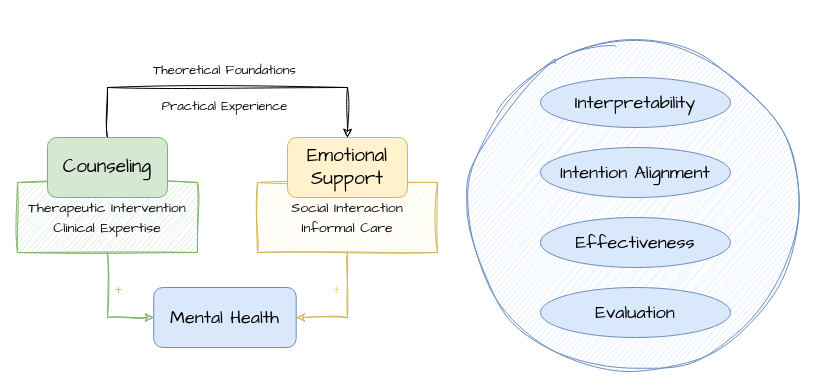
Before: 2025summer.drawio in 43zxj/-, a draw.io diagram. Source tidied: cells renumbered, new cells numbered last; positions are measured from the earlier drawing's top-left corner, leaving out a move shared by most shapes. Both pictures are drawn from the tidied source at 100%, with x=0, y=0 at pixel (17, 17).
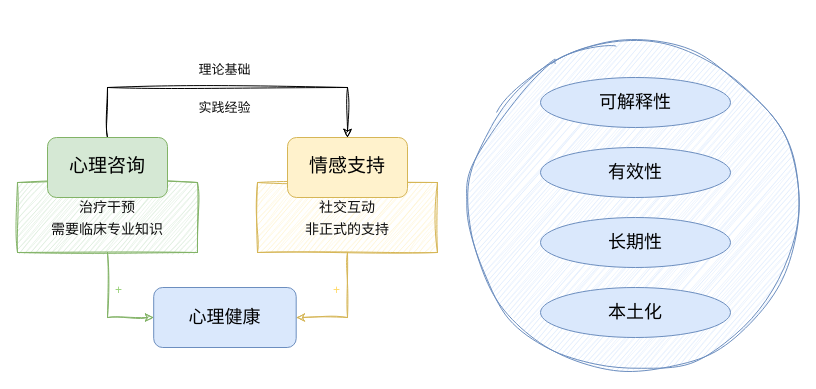
After the change.

The edit, as a diff of the source:
```diff
@@
-    <mxCell id="5" value="&lt;p class=&quot;p1&quot; style=&quot;margin: 0px; font-variant-numeric: normal; font-variant-east-asian: normal; font-variant-alternates: normal; font-size-adjust: none; font-kerning: auto; font-optical-sizing: auto; font-feature-settings: normal; font-variation-settings: normal; font-variant-position: normal; font-stretch: normal; line-height: normal;&quot;&gt;&lt;span style=&quot;background-color: initial;&quot;&gt;&lt;font color=&quot;#0e0e0e&quot; face=&quot;Comic Sans MS&quot;&gt;Social Interaction&lt;/font&gt;&lt;/span&gt;&lt;/p&gt;&lt;p class=&quot;p1&quot; style=&quot;margin: 0px; font-variant-numeric: normal; font-variant-east-asian: normal; font-variant-alternates: normal; font-size-adjust: none; font-kerning: auto; font-optical-sizing: auto; font-feature-settings: normal; font-variation-settings: normal; font-variant-position: normal; font-stretch: normal; line-height: normal;&quot;&gt;&lt;span style=&quot;color: rgb(14, 14, 14); font-family: &amp;quot;Comic Sans MS&amp;quot;; background-color: initial;&quot;&gt;Informal Care&lt;/span&gt;&lt;/p&gt;" style="whiteSpace=wrap;html=1;sketch=1;curveFitting=1;jiggle=2;fillColor=#fff2cc;strokeColor=#d6b656;fontSize=14;align=center;" parent="1" vertex="1">
+    <mxCell id="5" value="&lt;p class=&quot;p1&quot; style=&quot;margin: 0px; font-variant-numeric: normal; font-variant-east-asian: normal; font-variant-alternates: normal; font-size-adjust: none; font-kerning: auto; font-optical-sizing: auto; font-feature-settings: normal; font-variation-settings: normal; font-variant-position: normal; font-stretch: normal; line-height: normal;&quot;&gt;&lt;font face=&quot;Comic Sans MS&quot; color=&quot;#0e0e0e&quot;&gt;社交互动&lt;/font&gt;&lt;/p&gt;&lt;p class=&quot;p1&quot; style=&quot;margin: 0px; font-variant-numeric: normal; font-variant-east-asian: normal; font-variant-alternates: normal; font-size-adjust: none; font-kerning: auto; font-optical-sizing: auto; font-feature-settings: normal; font-variation-settings: normal; font-variant-position: normal; font-stretch: normal; line-height: normal;&quot;&gt;&lt;font face=&quot;Comic Sans MS&quot; color=&quot;#0e0e0e&quot;&gt;非正式的支持&lt;/font&gt;&lt;/p&gt;" style="whiteSpace=wrap;html=1;sketch=1;curveFitting=1;jiggle=2;fillColor=#fff2cc;strokeColor=#d6b656;fontSize=14;align=center;" parent="1" vertex="1">
       <mxGeometry x="240" y="165" width="180" height="70" as="geometry" />
     </mxCell>
@@
-    <mxCell id="7" value="&lt;p style=&quot;margin: 0px; font-variant-numeric: normal; font-variant-east-asian: normal; font-variant-alternates: normal; font-size-adjust: none; font-kerning: auto; font-optical-sizing: auto; font-feature-settings: normal; font-variation-settings: normal; font-variant-position: normal; font-stretch: normal; line-height: normal; color: rgb(14, 14, 14);&quot; class=&quot;p1&quot;&gt;&lt;font face=&quot;Comic Sans MS&quot;&gt;Therapeutic Intervention&lt;/font&gt;&lt;/p&gt;&lt;p style=&quot;margin: 0px; font-variant-numeric: normal; font-variant-east-asian: normal; font-variant-alternates: normal; font-size-adjust: none; font-kerning: auto; font-optical-sizing: auto; font-feature-settings: normal; font-variation-settings: normal; font-variant-position: normal; font-stretch: normal; line-height: normal;&quot; class=&quot;p1&quot;&gt;&lt;font face=&quot;Comic Sans MS&quot;&gt;&lt;font color=&quot;#0e0e0e&quot;&gt;&lt;span&gt;Clinical Expertise&lt;/span&gt;&lt;/font&gt;&lt;/font&gt;&lt;/p&gt;" style="whiteSpace=wrap;html=1;sketch=1;curveFitting=1;jiggle=2;fillColor=#d5e8d4;strokeColor=#82b366;align=center;fontSize=14;" parent="1" vertex="1">
+    <mxCell id="7" value="&lt;p style=&quot;margin: 0px; font-variant-numeric: normal; font-variant-east-asian: normal; font-variant-alternates: normal; font-size-adjust: none; font-kerning: auto; font-optical-sizing: auto; font-feature-settings: normal; font-variation-settings: normal; font-variant-position: normal; font-stretch: normal; line-height: normal; color: rgb(14, 14, 14);&quot; class=&quot;p1&quot;&gt;&lt;font face=&quot;Comic Sans MS&quot;&gt;治疗干预&lt;/font&gt;&lt;/p&gt;&lt;p style=&quot;margin: 0px; font-variant-numeric: normal; font-variant-east-asian: normal; font-variant-alternates: normal; font-size-adjust: none; font-kerning: auto; font-optical-sizing: auto; font-feature-settings: normal; font-variation-settings: normal; font-variant-position: normal; font-stretch: normal; line-height: normal; color: rgb(14, 14, 14);&quot; class=&quot;p1&quot;&gt;&lt;font face=&quot;Comic Sans MS&quot;&gt;需要临床专业知识&lt;/font&gt;&lt;/p&gt;" style="whiteSpace=wrap;html=1;sketch=1;curveFitting=1;jiggle=2;fillColor=#d5e8d4;strokeColor=#82b366;align=center;fontSize=14;" parent="1" vertex="1">
       <mxGeometry y="165" width="180" height="70" as="geometry" />
     </mxCell>
@@
-    <mxCell id="9" value="&lt;font style=&quot;font-size: 19px;&quot; face=&quot;Comic Sans MS&quot;&gt;Counseling&lt;/font&gt;" style="rounded=1;whiteSpace=wrap;html=1;fillColor=#d5e8d4;strokeColor=#82b366;" parent="1" vertex="1">
+    <mxCell id="9" value="&lt;font style=&quot;font-size: 19px;&quot; face=&quot;Comic Sans MS&quot;&gt;心理咨询&lt;/font&gt;" style="rounded=1;whiteSpace=wrap;html=1;fillColor=#d5e8d4;strokeColor=#82b366;" parent="1" vertex="1">
       <mxGeometry x="30" y="120" width="120" height="60" as="geometry" />
     </mxCell>
-    <mxCell id="10" value="&lt;font style=&quot;font-size: 19px;&quot; face=&quot;Comic Sans MS&quot;&gt;Emotional Support&lt;/font&gt;" style="rounded=1;whiteSpace=wrap;html=1;fillColor=#fff2cc;strokeColor=#d6b656;" parent="1" vertex="1">
+    <mxCell id="10" value="&lt;font style=&quot;font-size: 19px;&quot; face=&quot;Comic Sans MS&quot;&gt;情感支持&lt;/font&gt;" style="rounded=1;whiteSpace=wrap;html=1;fillColor=#fff2cc;strokeColor=#d6b656;" parent="1" vertex="1">
       <mxGeometry x="270" y="120" width="120" height="60" as="geometry" />
     </mxCell>
@@
-    <mxCell id="12" value="&lt;p class=&quot;p1&quot; style=&quot;font-variant-numeric: normal; font-variant-east-asian: normal; font-variant-alternates: normal; font-size-adjust: none; font-kerning: auto; font-optical-sizing: auto; font-feature-settings: normal; font-variation-settings: normal; font-variant-position: normal; font-stretch: normal; font-size: 13px; line-height: normal; font-family: &amp;quot;Comic Sans MS&amp;quot;; margin: 0px; color: rgb(14, 14, 14);&quot;&gt;Theoretical Foundations&lt;/p&gt;&lt;p class=&quot;p1&quot; style=&quot;font-variant-numeric: normal; font-variant-east-asian: normal; font-variant-alternates: normal; font-size-adjust: none; font-kerning: auto; font-optical-sizing: auto; font-feature-settings: normal; font-variation-settings: normal; font-variant-position: normal; font-stretch: normal; font-size: 13px; line-height: normal; font-family: &amp;quot;Comic Sans MS&amp;quot;; margin: 0px; color: rgb(14, 14, 14);&quot;&gt;&lt;br&gt;&lt;/p&gt;&lt;p class=&quot;p1&quot; style=&quot;font-variant-numeric: normal; font-variant-east-asian: normal; font-variant-alternates: normal; font-size-adjust: none; font-kerning: auto; font-optical-sizing: auto; font-feature-settings: normal; font-variation-settings: normal; font-variant-position: normal; font-stretch: normal; font-size: 13px; line-height: normal; font-family: &amp;quot;Comic Sans MS&amp;quot;; margin: 0px; color: rgb(14, 14, 14);&quot;&gt;Practical Experience&lt;/p&gt;" style="rounded=0;whiteSpace=wrap;html=1;fillColor=none;strokeColor=none;align=center;" parent="1" vertex="1">
+    <mxCell id="12" value="&lt;p class=&quot;p1&quot; style=&quot;font-variant-numeric: normal; font-variant-east-asian: normal; font-variant-alternates: normal; font-size-adjust: none; font-kerning: auto; font-optical-sizing: auto; font-feature-settings: normal; font-variation-settings: normal; font-variant-position: normal; font-stretch: normal; font-size: 13px; line-height: normal; font-family: &amp;quot;Comic Sans MS&amp;quot;; margin: 0px; color: rgb(14, 14, 14);&quot;&gt;理论基础&lt;/p&gt;&lt;p class=&quot;p1&quot; style=&quot;font-variant-numeric: normal; font-variant-east-asian: normal; font-variant-alternates: normal; font-size-adjust: none; font-kerning: auto; font-optical-sizing: auto; font-feature-settings: normal; font-variation-settings: normal; font-variant-position: normal; font-stretch: normal; font-size: 13px; line-height: normal; font-family: &amp;quot;Comic Sans MS&amp;quot;; margin: 0px; color: rgb(14, 14, 14);&quot;&gt;&lt;br&gt;&lt;/p&gt;&lt;p class=&quot;p1&quot; style=&quot;font-variant-numeric: normal; font-variant-east-asian: normal; font-variant-alternates: normal; font-size-adjust: none; font-kerning: auto; font-optical-sizing: auto; font-feature-settings: normal; font-variation-settings: normal; font-variant-position: normal; font-stretch: normal; font-size: 13px; line-height: normal; font-family: &amp;quot;Comic Sans MS&amp;quot;; margin: 0px; color: rgb(14, 14, 14);&quot;&gt;实践经验&lt;/p&gt;" style="rounded=0;whiteSpace=wrap;html=1;fillColor=none;strokeColor=none;align=center;" parent="1" vertex="1">
       <mxGeometry x="120" y="40" width="175" height="60" as="geometry" />
     </mxCell>
-    <mxCell id="13" value="&lt;span style=&quot;font-family: &amp;quot;Comic Sans MS&amp;quot;; font-size: 18px;&quot;&gt;Mental Health&lt;/span&gt;" style="rounded=1;whiteSpace=wrap;html=1;fillColor=#dae8fc;strokeColor=#6c8ebf;" parent="1" vertex="1">
+    <mxCell id="13" value="&lt;span style=&quot;font-family: &amp;quot;Comic Sans MS&amp;quot;; font-size: 18px;&quot;&gt;心理健康&lt;/span&gt;" style="rounded=1;whiteSpace=wrap;html=1;fillColor=#dae8fc;strokeColor=#6c8ebf;" parent="1" vertex="1">
       <mxGeometry x="136.2" y="270" width="142.5" height="60" as="geometry" />
     </mxCell>
-    <mxCell id="14" value="&lt;span style=&quot;font-family: &amp;quot;Comic Sans MS&amp;quot;; font-size: 18px;&quot;&gt;Interpretability&lt;/span&gt;" style="ellipse;whiteSpace=wrap;html=1;fillColor=#dae8fc;strokeColor=#6c8ebf;" parent="1" vertex="1">
+    <mxCell id="14" value="&lt;span style=&quot;font-family: &amp;quot;Comic Sans MS&amp;quot;; font-size: 18px;&quot;&gt;可解释性&lt;/span&gt;" style="ellipse;whiteSpace=wrap;html=1;fillColor=#dae8fc;strokeColor=#6c8ebf;" parent="1" vertex="1">
       <mxGeometry x="523" y="60" width="190" height="50" as="geometry" />
     </mxCell>
-    <mxCell id="15" value="&lt;font face=&quot;Comic Sans MS&quot;&gt;&lt;span style=&quot;font-size: 18px;&quot;&gt;Intention Alignment&lt;/span&gt;&lt;/font&gt;" style="ellipse;whiteSpace=wrap;html=1;fillColor=#dae8fc;strokeColor=#6c8ebf;" parent="1" vertex="1">
+    <mxCell id="15" value="&lt;font face=&quot;Comic Sans MS&quot;&gt;&lt;span style=&quot;font-size: 18px;&quot;&gt;有效性&lt;/span&gt;&lt;/font&gt;" style="ellipse;whiteSpace=wrap;html=1;fillColor=#dae8fc;strokeColor=#6c8ebf;" parent="1" vertex="1">
       <mxGeometry x="523" y="130" width="190" height="50" as="geometry" />
     </mxCell>
-    <mxCell id="16" value="&lt;font face=&quot;Comic Sans MS&quot;&gt;&lt;span style=&quot;font-size: 18px;&quot;&gt;Evaluation&lt;/span&gt;&lt;/font&gt;" style="ellipse;whiteSpace=wrap;html=1;fillColor=#dae8fc;strokeColor=#6c8ebf;" parent="1" vertex="1">
+    <mxCell id="16" value="&lt;font face=&quot;Comic Sans MS&quot;&gt;&lt;span style=&quot;font-size: 18px;&quot;&gt;本土化&lt;/span&gt;&lt;/font&gt;" style="ellipse;whiteSpace=wrap;html=1;fillColor=#dae8fc;strokeColor=#6c8ebf;" parent="1" vertex="1">
       <mxGeometry x="523" y="270" width="190" height="50" as="geometry" />
     </mxCell>
-    <mxCell id="17" value="&lt;font face=&quot;Comic Sans MS&quot;&gt;&lt;span style=&quot;font-size: 18px;&quot;&gt;Effectiveness&lt;/span&gt;&lt;/font&gt;" style="ellipse;whiteSpace=wrap;html=1;fillColor=#dae8fc;strokeColor=#6c8ebf;" parent="1" vertex="1">
+    <mxCell id="17" value="&lt;font face=&quot;Comic Sans MS&quot;&gt;&lt;span style=&quot;font-size: 18px;&quot;&gt;长期性&lt;/span&gt;&lt;/font&gt;" style="ellipse;whiteSpace=wrap;html=1;fillColor=#dae8fc;strokeColor=#6c8ebf;" parent="1" vertex="1">
       <mxGeometry x="523" y="200" width="190" height="50" as="geometry" />
     </mxCell>
```
